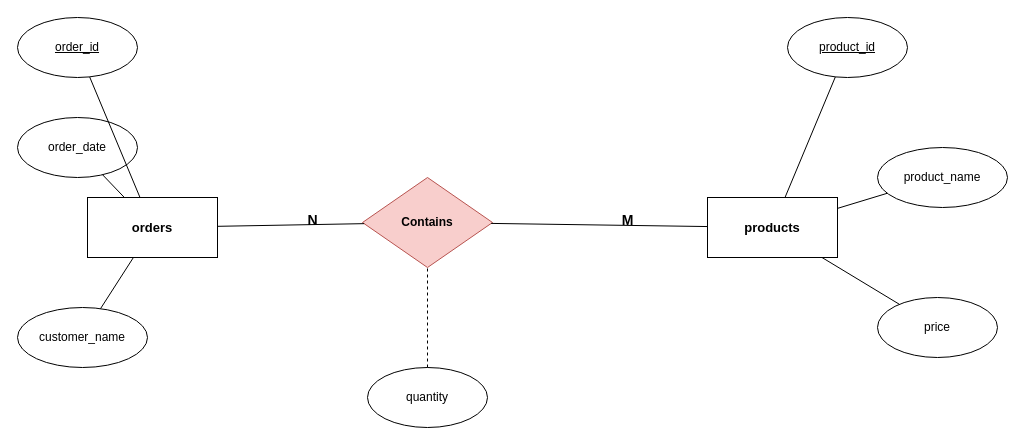
vung177/TSU260202_Module02 keeps this draw.io diagram as Session03/exercise04.drawio. Above is the earlier version. Source tidied: cells renumbered, new cells numbered last; positions are measured from the earlier drawing's top-left corner, leaving out a move shared by most shapes. Both pictures are drawn from the tidied source at 100%, with x=0, y=0 at pixel (17, 17).
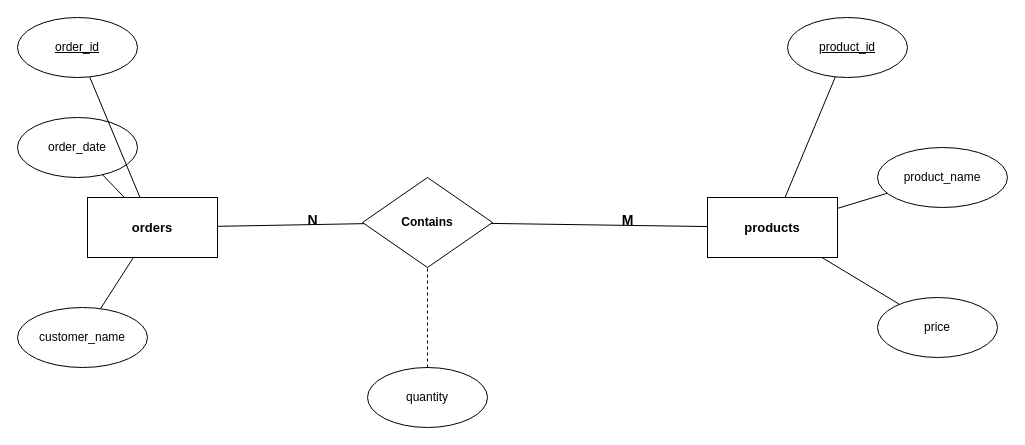
Above is the later version.

Commit message (it also covers changes not shown here):
update exercise03 and exercise04 drawio to black/white style

What changed in the source:
```diff
@@
-    <mxCell id="9" value="Contains" style="rhombus;whiteSpace=wrap;html=1;fillColor=#f8cecc;strokeColor=#b85450;fontStyle=1;fontSize=12;" parent="1" vertex="1">
+    <mxCell id="9" value="Contains" style="rhombus;whiteSpace=wrap;html=1;fontStyle=1;fontSize=12;" parent="1" vertex="1">
       <mxGeometry x="345" y="160" width="130" height="90" as="geometry" />
     </mxCell>
```
